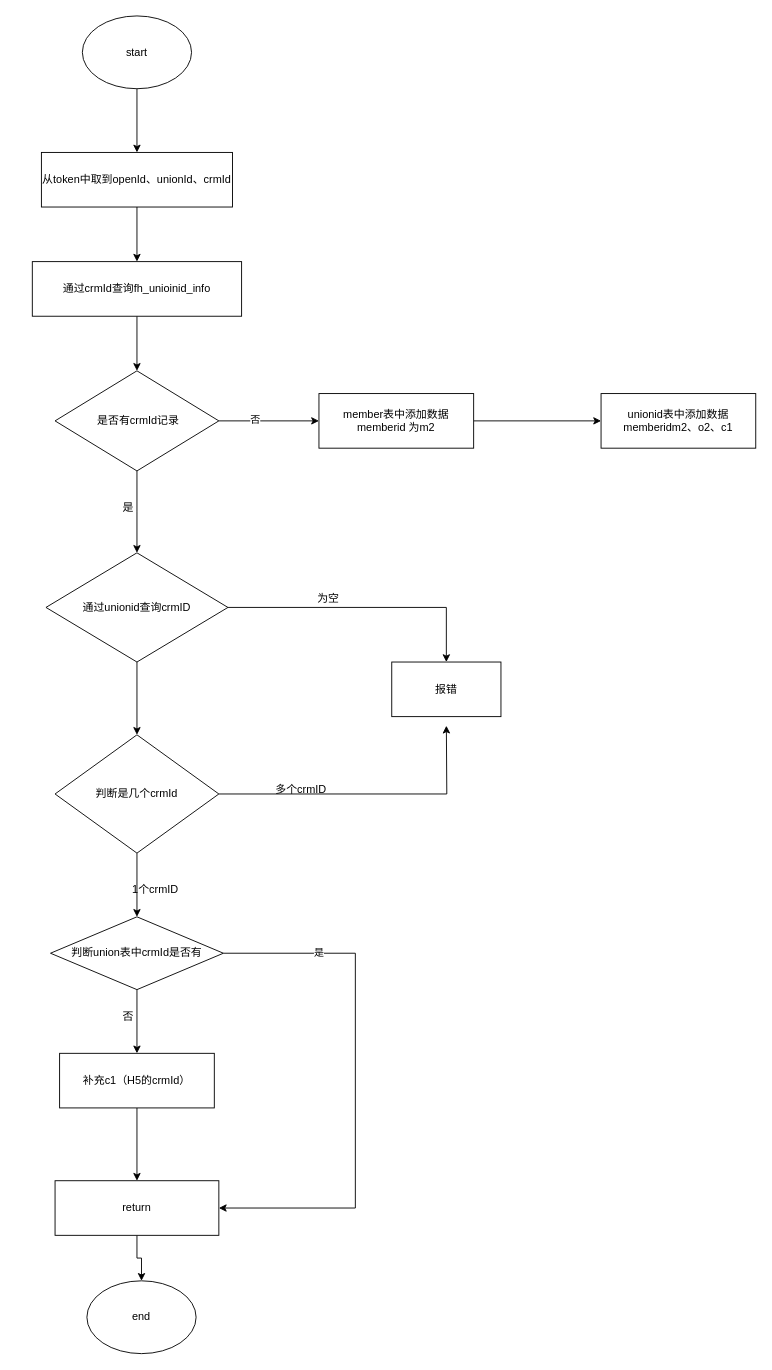
Earlier version of the draw.io diagram miniprojecttwo.drawio (FocusZhouGD/drawprogram). Source tidied: cells renumbered, new cells numbered last; positions are measured from the earlier drawing's top-left corner, leaving out a move shared by most shapes. Both pictures are drawn from the tidied source at 91%, with x=0, y=0 at pixel (32, 15).
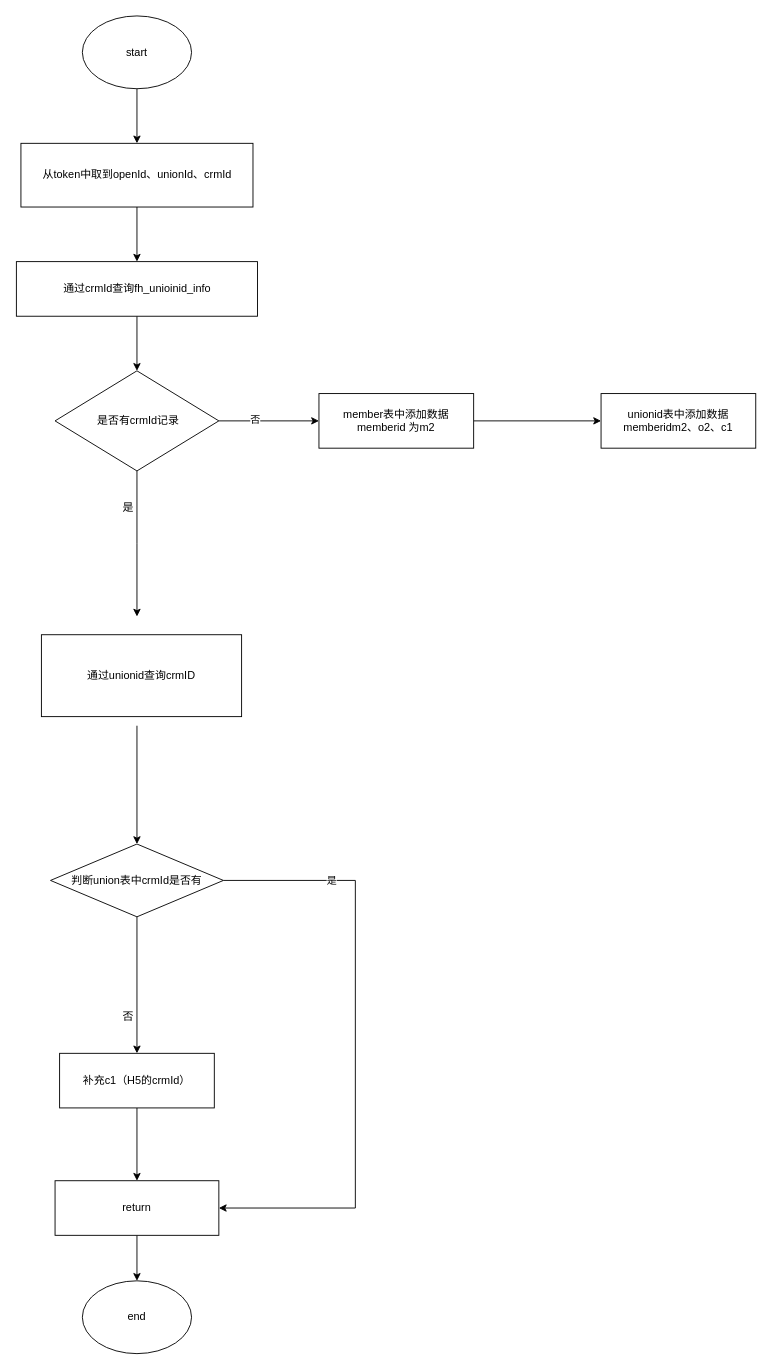
Above is the later version.

The change refers to these unchanged cells:
```xml
<mxCell id="11" value="&amp;nbsp;是否有crmId记录" style="rhombus;whiteSpace=wrap;html=1;" parent="1" vertex="1">
  <mxGeometry x="25" y="390" width="180" height="110" as="geometry" />
</mxCell>
<mxCell id="28" value="return" style="rounded=0;whiteSpace=wrap;html=1;" parent="1" vertex="1">
  <mxGeometry x="25" y="1280" width="180" height="60" as="geometry" />
</mxCell>
```

Diff of the diagram source:
```diff
@@
     <mxCell id="5" value="从token中取到openId、unionId、crmId" style="rounded=0;whiteSpace=wrap;html=1;" parent="1" vertex="1">
-      <mxGeometry x="10" y="150" width="210" height="60" as="geometry" />
+      <mxGeometry x="-12.5" y="140" width="255" height="70" as="geometry" />
     </mxCell>
@@
     <mxCell id="7" value="通过crmId查询fh_unioinid_info" style="rounded=0;whiteSpace=wrap;html=1;" parent="1" vertex="1">
-      <mxGeometry y="270" width="230" height="60" as="geometry" />
+      <mxGeometry x="-17.5" y="270" width="265" height="60" as="geometry" />
     </mxCell>
@@
-    <mxCell id="10" style="edgeStyle=orthogonalEdgeStyle;rounded=0;jettySize=auto;html=1;" parent="1" edge="1" source="11">
+    <mxCell id="10" style="edgeStyle=orthogonalEdgeStyle;rounded=0;jettySize=auto;html=1;entryX=0.5;entryY=0;entryDx=0;entryDy=0;" parent="1" edge="1" source="11">
       <mxGeometry relative="1" as="geometry">
-        <mxPoint x="115" y="590" as="targetPoint" />
+        <mxPoint x="115" y="660" as="targetPoint" />
       </mxGeometry>
     </mxCell>
@@
-    <mxCell id="16" style="edgeStyle=orthogonalEdgeStyle;rounded=0;jettySize=auto;html=1;entryX=0.5;entryY=0;entryDx=0;entryDy=0;" parent="1" edge="1" source="18" target="22">
-      <mxGeometry relative="1" as="geometry" />
-    </mxCell>
-    <mxCell id="17" style="edgeStyle=orthogonalEdgeStyle;rounded=0;jettySize=auto;html=1;" parent="1" edge="1" source="18" target="21">
-      <mxGeometry relative="1" as="geometry" />
-    </mxCell>
-    <mxCell id="18" value="通过unionid查询crmID" style="rhombus;whiteSpace=wrap;html=1;" parent="1" vertex="1">
-      <mxGeometry x="15" y="590" width="200" height="120" as="geometry" />
-    </mxCell>
-    <mxCell id="19" style="edgeStyle=orthogonalEdgeStyle;rounded=0;jettySize=auto;html=1;" parent="1" edge="1" source="21">
-      <mxGeometry relative="1" as="geometry">
-        <mxPoint x="455" y="780" as="targetPoint" />
-      </mxGeometry>
-    </mxCell>
-    <mxCell id="20" style="edgeStyle=orthogonalEdgeStyle;rounded=0;jettySize=auto;html=1;" parent="1" edge="1" source="21" target="34">
-      <mxGeometry relative="1" as="geometry" />
-    </mxCell>
-    <mxCell id="21" value="判断是几个crmId" style="rhombus;whiteSpace=wrap;html=1;" parent="1" vertex="1">
-      <mxGeometry x="25" y="790" width="180" height="130" as="geometry" />
-    </mxCell>
-    <mxCell id="22" value="报错" style="rounded=0;whiteSpace=wrap;html=1;" parent="1" vertex="1">
-      <mxGeometry x="395" y="710" width="120" height="60" as="geometry" />
-    </mxCell>
-    <mxCell id="23" value="为空" style="text;html=1;align=center;verticalAlign=middle;strokeColor=none;" parent="1" vertex="1">
-      <mxGeometry x="305" y="630" width="40" height="20" as="geometry" />
-    </mxCell>
-    <mxCell id="24" value="多个crmID" style="text;html=1;align=center;verticalAlign=middle;strokeColor=none;" parent="1" vertex="1">
-      <mxGeometry x="260" y="840" width="70" height="20" as="geometry" />
-    </mxCell>
+    <mxCell id="36" style="edgeStyle=orthogonalEdgeStyle;rounded=0;orthogonalLoop=1;jettySize=auto;html=1;" parent="1" edge="1">
+      <mxGeometry relative="1" as="geometry">
+        <mxPoint x="115" y="780" as="sourcePoint" />
+        <mxPoint x="115" y="910" as="targetPoint" />
+      </mxGeometry>
+    </mxCell>
@@
-    <mxCell id="29" value="1个crmID" style="text;html=1;align=center;verticalAlign=middle;strokeColor=none;" parent="1" vertex="1">
-      <mxGeometry x="100" y="950" width="70" height="20" as="geometry" />
-    </mxCell>
     <mxCell id="30" value="end" style="ellipse;whiteSpace=wrap;html=1;" parent="1" vertex="1">
-      <mxGeometry x="60" y="1390" width="120" height="80" as="geometry" />
+      <mxGeometry x="55" y="1390" width="120" height="80" as="geometry" />
     </mxCell>
@@
     <mxCell id="32" style="edgeStyle=orthogonalEdgeStyle;rounded=0;jettySize=auto;html=1;entryX=1;entryY=0.5;entryDx=0;entryDy=0;" parent="1" edge="1" source="34" target="28">
       <mxGeometry relative="1" as="geometry">
         <Array as="points">
-          <mxPoint x="355" y="1030" />
+          <mxPoint x="355" y="950" />
           <mxPoint x="355" y="1310" />
         </Array>
       </mxGeometry>
     </mxCell>
@@
     <mxCell id="34" value="判断union表中crmId是否有" style="rhombus;whiteSpace=wrap;html=1;" parent="1" vertex="1">
-      <mxGeometry x="20" y="990" width="190" height="80" as="geometry" />
+      <mxGeometry x="20" y="910" width="190" height="80" as="geometry" />
     </mxCell>
@@
+    <mxCell id="18" value="&lt;span&gt;通过unionid查询crmID&lt;/span&gt;" style="rounded=0;whiteSpace=wrap;html=1;" parent="1" vertex="1">
+      <mxGeometry x="10" y="680" width="220" height="90" as="geometry" />
+    </mxCell>
```
